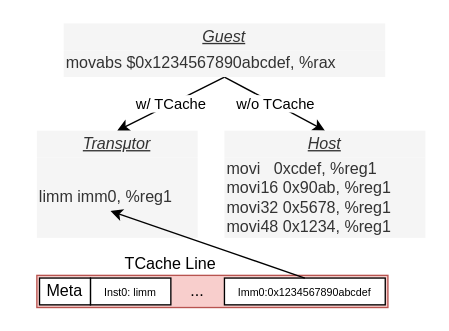
Earlier version of the draw.io diagram image/imm_load.drawio (jensen-yan/yanyue_essay). Source tidied: cells renumbered, new cells numbered last; positions are measured from the earlier drawing's top-left corner, leaving out a move shared by most shapes. Both pictures are drawn from the tidied source at 134%, with x=0, y=0 at pixel (36, 23).
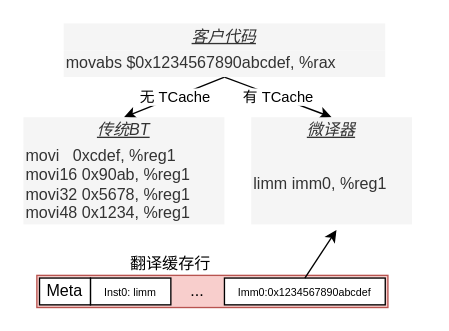
The same diagram, later.

Commit message (it also covers changes not shown here):
修改一些图片

What changed in the source:
```diff
@@
 <mxGraphModel>
   <root>
     <mxCell id="0" />
     <mxCell id="1" parent="0" />
-    <mxCell id="2" value="w/ TCache" style="edgeStyle=none;html=1;exitX=0.5;exitY=1;exitDx=0;exitDy=0;entryX=0.5;entryY=0;entryDx=0;entryDy=0;fontFamily=mono;align=center;" parent="1" edge="1" source="4" target="5">
+    <mxCell id="2" value="有 TCache" style="edgeStyle=none;html=1;exitX=0.5;exitY=1;exitDx=0;exitDy=0;entryX=0.5;entryY=0;entryDx=0;entryDy=0;fontFamily=mono;align=center;" parent="1" edge="1" source="4" target="5">
       <mxGeometry relative="1" as="geometry" />
     </mxCell>
-    <mxCell id="3" value="w/o TCache" style="edgeStyle=none;html=1;exitX=0.5;exitY=1;exitDx=0;exitDy=0;entryX=0.5;entryY=0;entryDx=0;entryDy=0;fontFamily=mono;align=center;" parent="1" edge="1" source="4" target="6">
+    <mxCell id="3" value="无 TCache" style="edgeStyle=none;html=1;exitX=0.5;exitY=1;exitDx=0;exitDy=0;entryX=0.5;entryY=0;entryDx=0;entryDy=0;fontFamily=mono;align=center;" parent="1" edge="1" source="4" target="6">
       <mxGeometry relative="1" as="geometry" />
     </mxCell>
     <mxCell id="4" value="movabs $0x1234567890abcdef, %rax" style="rounded=0;whiteSpace=wrap;html=1;fillColor=#f5f5f5;fontColor=#333333;strokeColor=none;fontFamily=mono;align=left;" parent="1" vertex="1">
       <mxGeometry x="20" y="20" width="240" height="20" as="geometry" />
     </mxCell>
-    <mxCell id="5" value="&lt;i&gt;&lt;u&gt;Transμtor&lt;/u&gt;&lt;/i&gt;" style="rounded=0;whiteSpace=wrap;html=1;fillColor=#f5f5f5;fontColor=#333333;strokeColor=none;fontFamily=mono;align=center;" parent="1" vertex="1">
-      <mxGeometry y="80" width="120" height="20" as="geometry" />
+    <mxCell id="5" value="&lt;i&gt;&lt;u&gt;微译器&lt;/u&gt;&lt;/i&gt;" style="rounded=0;whiteSpace=wrap;html=1;fillColor=#f5f5f5;fontColor=#333333;strokeColor=none;fontFamily=mono;align=center;" parent="1" vertex="1">
+      <mxGeometry x="160" y="70" width="120" height="20" as="geometry" />
     </mxCell>
-    <mxCell id="6" value="&lt;i&gt;&lt;u&gt;Host&lt;/u&gt;&lt;/i&gt;" style="rounded=0;whiteSpace=wrap;html=1;strokeColor=none;fillColor=#f5f5f5;fontColor=#333333;fontFamily=mono;align=center;" parent="1" vertex="1">
-      <mxGeometry x="140" y="80" width="150" height="20" as="geometry" />
+    <mxCell id="6" value="&lt;i&gt;&lt;u&gt;传统BT&lt;/u&gt;&lt;/i&gt;" style="rounded=0;whiteSpace=wrap;html=1;strokeColor=none;fillColor=#f5f5f5;fontColor=#333333;fontFamily=mono;align=center;" parent="1" vertex="1">
+      <mxGeometry x="-10" y="70" width="150" height="20" as="geometry" />
     </mxCell>
     <mxCell id="7" value="limm imm0, %reg1" style="rounded=0;whiteSpace=wrap;html=1;fillColor=#f5f5f5;fontColor=#333333;strokeColor=none;fontFamily=mono;align=left;" parent="1" vertex="1">
-      <mxGeometry y="100" width="120" height="60" as="geometry" />
+      <mxGeometry x="160" y="90" width="120" height="60" as="geometry" />
     </mxCell>
     <mxCell id="8" value="movi&amp;nbsp; &amp;nbsp;0xcdef, %reg1&lt;br&gt;movi16 0x90ab, %reg1&lt;br&gt;movi32 0x5678, %reg1&lt;br&gt;movi48 0x1234, %reg1" style="rounded=0;whiteSpace=wrap;html=1;strokeColor=none;fillColor=#f5f5f5;fontColor=#333333;fontFamily=mono;align=left;" parent="1" vertex="1">
-      <mxGeometry x="140" y="100" width="150" height="60" as="geometry" />
+      <mxGeometry x="-10" y="90" width="150" height="60" as="geometry" />
     </mxCell>
-    <mxCell id="9" value="&lt;u&gt;&lt;i&gt;Guest&lt;/i&gt;&lt;/u&gt;" style="rounded=0;whiteSpace=wrap;html=1;fillColor=#f5f5f5;fontColor=#333333;strokeColor=none;fontFamily=mono;align=center;" parent="1" vertex="1">
+    <mxCell id="9" value="&lt;i&gt;&lt;u&gt;客户代码&lt;/u&gt;&lt;/i&gt;" style="rounded=0;whiteSpace=wrap;html=1;fillColor=#f5f5f5;fontColor=#333333;strokeColor=none;fontFamily=mono;align=center;" parent="1" vertex="1">
       <mxGeometry x="20" width="240" height="20" as="geometry" />
     </mxCell>
     <mxCell id="10" style="rounded=0;whiteSpace=wrap;html=1;fillColor=#f8cecc;strokeColor=#b85450;fontFamily=mono;" parent="1" vertex="1">
       <mxGeometry y="188" width="262" height="24" as="geometry" />
     </mxCell>
     <mxCell id="11" value="&lt;font style=&quot;font-size: 8px;&quot;&gt;Inst0: limm&lt;/font&gt;" style="rounded=0;whiteSpace=wrap;html=1;fontFamily=mono;" parent="1" vertex="1">
       <mxGeometry x="40" y="190" width="60" height="20" as="geometry" />
     </mxCell>
     <mxCell id="12" value="&lt;font style=&quot;font-size: 8px;&quot;&gt;Imm0:0x1234567890abcdef&lt;/font&gt;" style="rounded=0;whiteSpace=wrap;html=1;fontFamily=mono;" parent="1" vertex="1">
       <mxGeometry x="140" y="190" width="120" height="20" as="geometry" />
     </mxCell>
-    <mxCell id="13" value="&lt;span style=&quot;border-color: var(--border-color);&quot;&gt;TCache Line&lt;/span&gt;" style="text;html=1;strokeColor=none;fillColor=none;align=center;verticalAlign=middle;whiteSpace=wrap;rounded=0;fontFamily=mono;" parent="1" vertex="1">
+    <mxCell id="13" value="翻译缓存行" style="text;html=1;strokeColor=none;fillColor=none;align=center;verticalAlign=middle;whiteSpace=wrap;rounded=0;fontFamily=mono;" parent="1" vertex="1">
       <mxGeometry y="170" width="200" height="20" as="geometry" />
     </mxCell>
     <mxCell id="14" value="Meta" style="rounded=0;whiteSpace=wrap;html=1;fontFamily=mono;" parent="1" vertex="1">
       <mxGeometry x="2" y="190" width="38" height="20" as="geometry" />
     </mxCell>
     <mxCell id="15" value="..." style="rounded=0;whiteSpace=wrap;html=1;fillColor=none;strokeColor=none;fontFamily=mono;" parent="1" vertex="1">
       <mxGeometry x="100" y="190" width="40" height="20" as="geometry" />
     </mxCell>
-    <mxCell id="16" style="endArrow=classic;html=1;rounded=0;exitX=0.5;exitY=0;exitDx=0;exitDy=0;exitPerimeter=0;" parent="1" edge="1" source="12">
-      <mxGeometry relative="1" as="geometry">
-        <mxPoint x="55" y="140" as="targetPoint" />
-      </mxGeometry>
+    <mxCell id="16" style="endArrow=classic;html=1;rounded=0;exitX=0.5;exitY=0;exitDx=0;exitDy=0;exitPerimeter=0;entryX=0.53;entryY=1.069;entryDx=0;entryDy=0;entryPerimeter=0;" parent="1" edge="1" source="12" target="7">
+      <mxGeometry relative="1" as="geometry" />
     </mxCell>
   </root>
 </mxGraphModel>
```
